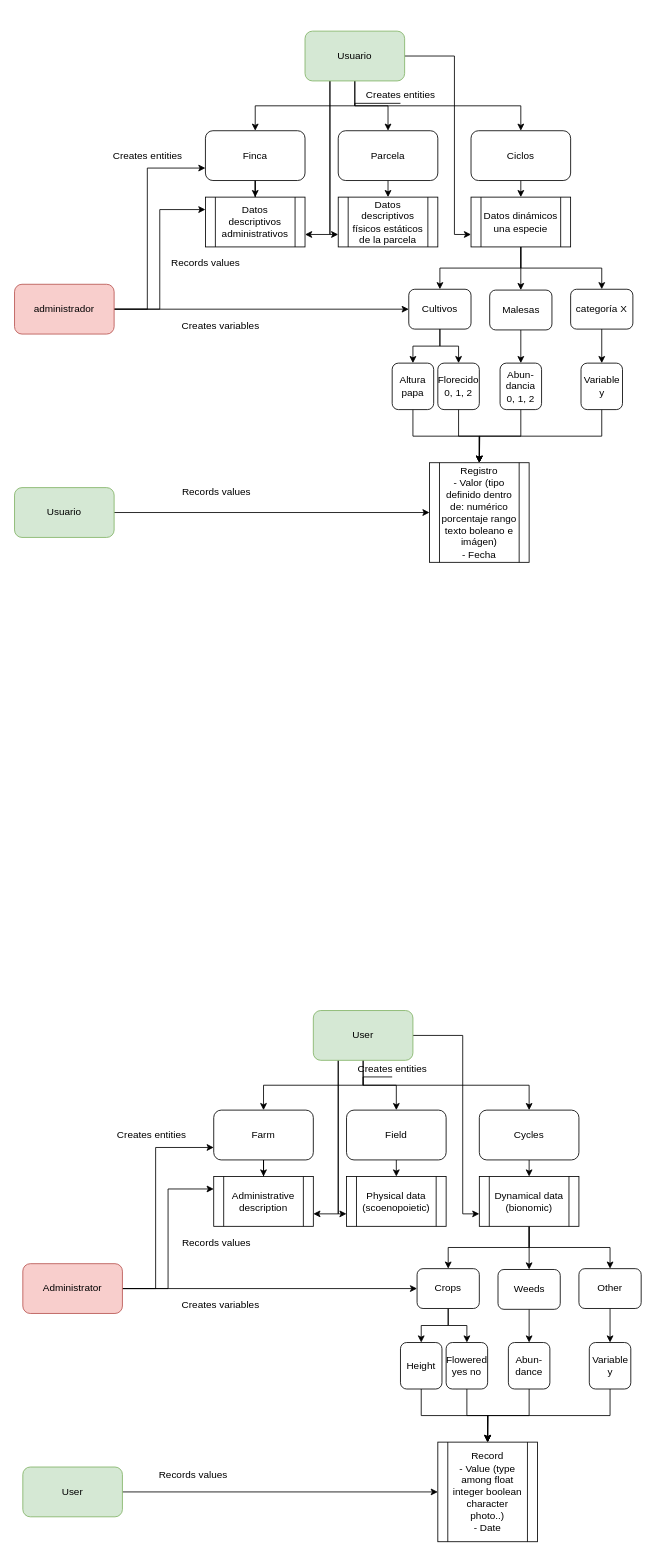
This is app.agromaker.drawio from stdupas/app.agromaker, a draw.io file, before an edit. Source tidied: cells renumbered, new cells numbered last; positions are measured from the earlier drawing's top-left corner, leaving out a move shared by most shapes. Both pictures are drawn from the tidied source at 83%, with x=0, y=0 at pixel (14, 31).
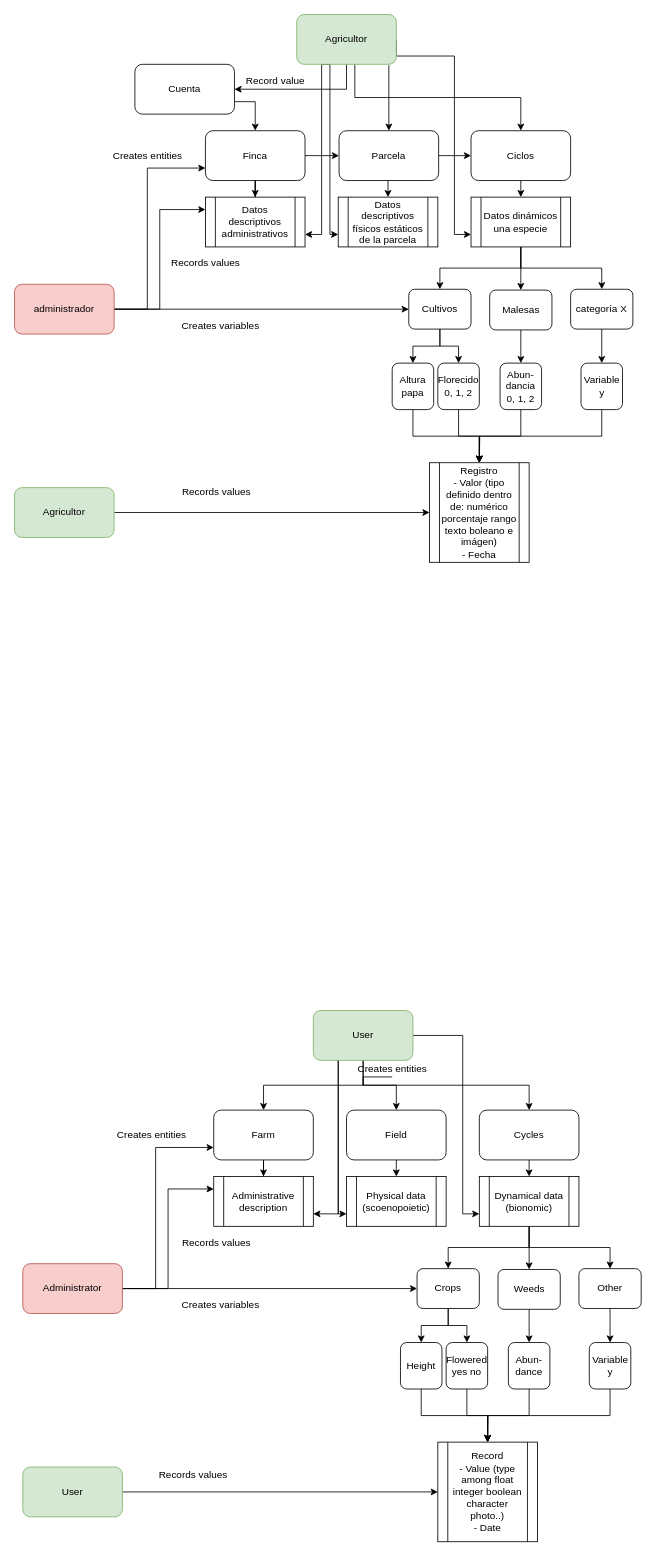
The same diagram, later.

Unchanged cells that the change refers to:
```xml
<mxCell id="3" value="Finca" style="rounded=1;whiteSpace=wrap;html=1;" parent="1" vertex="1">
  <mxGeometry x="230" y="120" width="120" height="60" as="geometry" />
</mxCell>
<mxCell id="9" value="Ciclos" style="rounded=1;whiteSpace=wrap;html=1;" parent="1" vertex="1">
  <mxGeometry x="550" y="120" width="120" height="60" as="geometry" />
</mxCell>
```

What changed in the source:
```diff
@@
+    <mxCell id="94" style="edgeStyle=orthogonalEdgeStyle;rounded=0;jettySize=auto;html=1;exitX=1;exitY=0.5;exitDx=0;exitDy=0;entryX=0;entryY=0.5;entryDx=0;entryDy=0;" parent="1" edge="1" source="3" target="5">
+      <mxGeometry relative="1" as="geometry" />
+    </mxCell>
@@
+    <mxCell id="95" style="edgeStyle=orthogonalEdgeStyle;rounded=0;jettySize=auto;html=1;exitX=1;exitY=0.5;exitDx=0;exitDy=0;entryX=0;entryY=0.5;entryDx=0;entryDy=0;" parent="1" edge="1" source="5" target="9">
+      <mxGeometry relative="1" as="geometry" />
+    </mxCell>
     <mxCell id="5" value="Parcela" style="rounded=1;whiteSpace=wrap;html=1;" parent="1" vertex="1">
-      <mxGeometry x="390" y="120" width="120" height="60" as="geometry" />
+      <mxGeometry x="391" y="120" width="120" height="60" as="geometry" />
     </mxCell>
@@
-    <mxCell id="14" style="edgeStyle=orthogonalEdgeStyle;rounded=0;jettySize=auto;html=1;exitX=0.5;exitY=1;exitDx=0;exitDy=0;" parent="1" edge="1" source="20" target="3">
+    <mxCell id="14" style="edgeStyle=orthogonalEdgeStyle;rounded=0;jettySize=auto;html=1;exitX=0.5;exitY=1;exitDx=0;exitDy=0;entryX=1;entryY=0.5;entryDx=0;entryDy=0;" parent="1" edge="1" source="20" target="97">
       <mxGeometry relative="1" as="geometry" />
     </mxCell>
-    <mxCell id="15" style="edgeStyle=orthogonalEdgeStyle;rounded=0;jettySize=auto;html=1;exitX=0.5;exitY=1;exitDx=0;exitDy=0;entryX=0.5;entryY=0;entryDx=0;entryDy=0;" parent="1" edge="1" source="28" target="9">
+    <mxCell id="15" style="edgeStyle=orthogonalEdgeStyle;rounded=0;jettySize=auto;html=1;entryX=0.5;entryY=0;entryDx=0;entryDy=0;" parent="1" edge="1" source="20" target="9">
       <mxGeometry relative="1" as="geometry">
         <Array as="points">
-          <mxPoint x="410" y="90" />
-          <mxPoint x="610" y="90" />
+          <mxPoint x="410" y="80" />
+          <mxPoint x="610" y="80" />
         </Array>
       </mxGeometry>
     </mxCell>
-    <mxCell id="16" style="edgeStyle=orthogonalEdgeStyle;rounded=0;jettySize=auto;html=1;exitX=0.5;exitY=1;exitDx=0;exitDy=0;" parent="1" edge="1" source="20" target="5">
+    <mxCell id="16" style="edgeStyle=orthogonalEdgeStyle;rounded=0;jettySize=auto;html=1;exitX=0.925;exitY=1.017;exitDx=0;exitDy=0;exitPerimeter=0;" parent="1" edge="1" source="20" target="5">
       <mxGeometry relative="1" as="geometry" />
     </mxCell>
@@
-    <mxCell id="20" value="Usuario" style="rounded=1;whiteSpace=wrap;html=1;fillColor=#d5e8d4;strokeColor=#82b366;" parent="1" vertex="1">
-      <mxGeometry x="350" width="120" height="60" as="geometry" />
+    <mxCell id="20" value="Agricultor" style="rounded=1;whiteSpace=wrap;html=1;fillColor=#d5e8d4;strokeColor=#82b366;" parent="1" vertex="1">
+      <mxGeometry x="340" y="-20" width="120" height="60" as="geometry" />
     </mxCell>
@@
-    <mxCell id="27" value="Usuario" style="rounded=1;whiteSpace=wrap;html=1;fillColor=#d5e8d4;strokeColor=#82b366;" parent="1" vertex="1">
+    <mxCell id="27" value="Agricultor" style="rounded=1;whiteSpace=wrap;html=1;fillColor=#d5e8d4;strokeColor=#82b366;" parent="1" vertex="1">
       <mxGeometry y="550" width="120" height="60" as="geometry" />
     </mxCell>
-    <mxCell id="28" value="Creates entities" style="text;html=1;align=center;verticalAlign=middle;points=[];" parent="1" vertex="1">
-      <mxGeometry x="415" y="67" width="100" height="20" as="geometry" />
+    <mxCell id="28" value="&lt;div&gt;Record value&lt;/div&gt;" style="text;html=1;align=center;verticalAlign=middle;points=[];" parent="1" vertex="1">
+      <mxGeometry x="269" y="50" width="90" height="20" as="geometry" />
     </mxCell>
@@
+    <mxCell id="96" style="edgeStyle=orthogonalEdgeStyle;rounded=0;jettySize=auto;html=1;exitX=1;exitY=0.75;exitDx=0;exitDy=0;" parent="1" edge="1" source="97" target="3">
+      <mxGeometry relative="1" as="geometry" />
+    </mxCell>
+    <mxCell id="97" value="Cuenta" style="rounded=1;whiteSpace=wrap;html=1;" parent="1" vertex="1">
+      <mxGeometry x="145" y="40" width="120" height="60" as="geometry" />
+    </mxCell>
```
